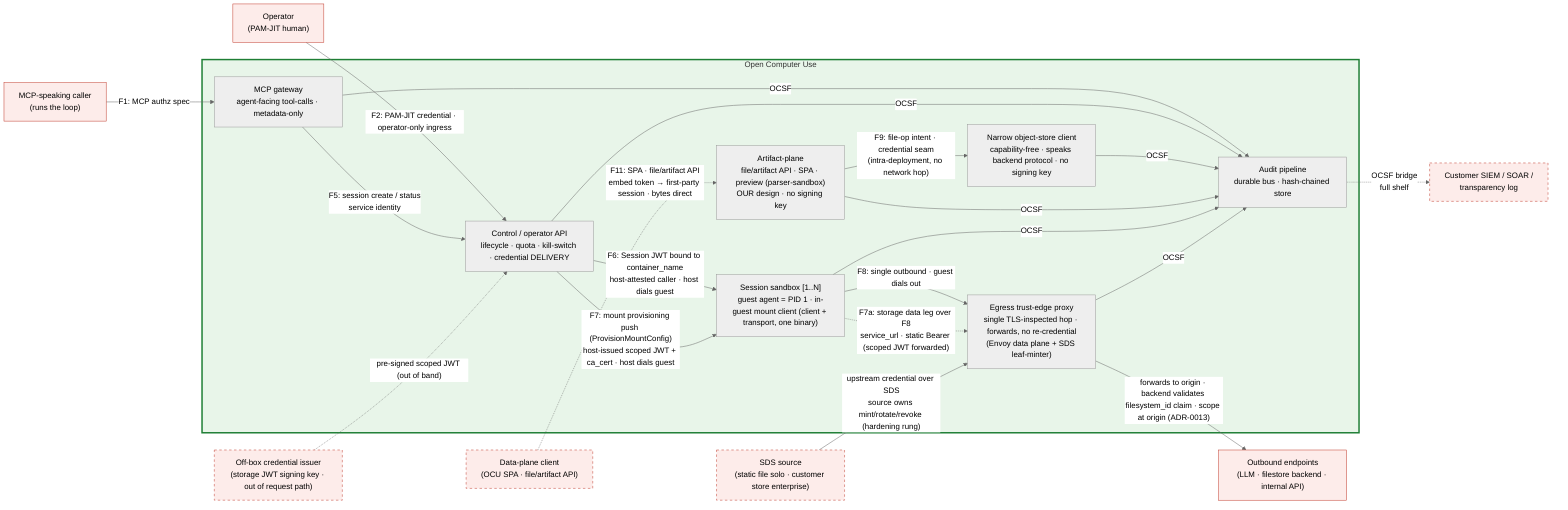
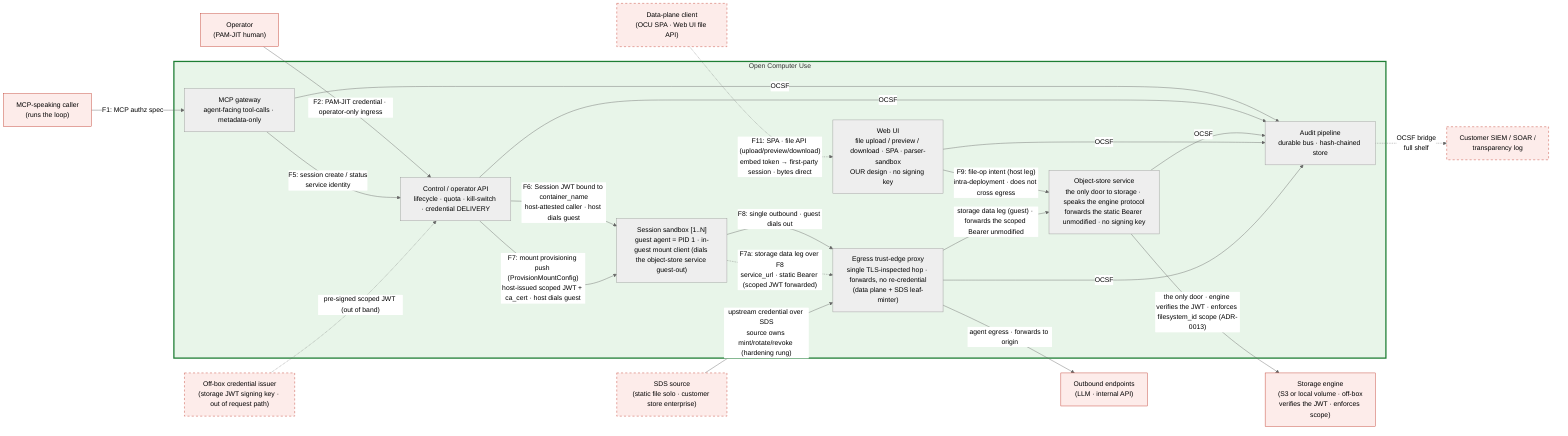
%% SPDX-License-Identifier: FSL-1.1-Apache-2.0
%% Copyright (c) 2025 Open Computer Use Contributors
%% Canonical Layer 6 (C4 Container) diagram. Referenced from docs/architecture/05-c4-container.md.
%% Role names only — no technology names (per CLAUDE.md Diagrams). Tech choice lands in component specs under components/.
%% Containers across the Layer-3 trust zones: the Control plane splits into an agent-facing MCP gateway
- %% and an operator/lifecycle API (the kill-switch lives only on the latter); the storage concern splits
- %% into a narrow object-store client and an artifact-plane (different counterparties, ADR-0015).
+ %% and an operator/lifecycle API (the kill-switch lives only on the latter); storage is one door — the
+ %% Object-store service — fronted by the Web UI (host leg) and the in-guest mount client (guest leg), ADR-0015.
%% The count is a then-true observation, not an invariant (05-c4-container.md §1). Substrate differs by shelf (§5).
%% Palette (project convention): red untrusted / green trusted. Amber/blue trust-zone shading is Layer 3 only.

%%{init: {"theme": "neutral"} }%%
flowchart LR

    %% ─── external (drawn for orientation; contracts in 03-c4-context.md §4) ───
    PEER["MCP-speaking caller<br/>(runs the loop)"]:::ext
    OPER["Operator<br/>(PAM-JIT human)"]:::ext
-     FILE["Data-plane client<br/>(OCU SPA · file/artifact API)"]:::extOpt
-     UPSTREAM["Outbound endpoints<br/>(LLM · filestore backend · internal API)"]:::ext
+     FILE["Data-plane client<br/>(OCU SPA · Web UI file API)"]:::extOpt
+     UPSTREAM["Outbound endpoints<br/>(LLM · internal API)"]:::ext
+     ENGINE["Storage engine<br/>(S3 or local volume · off-box<br/>verifies the JWT · enforces scope)"]:::ext
    SINK["Customer SIEM / SOAR /<br/>transparency log"]:::extOpt
    SDS["SDS source<br/>(static file solo · customer store enterprise)"]:::extOpt
    ISSUER["Off-box credential issuer<br/>(storage JWT signing key · out of request path)"]:::extOpt

    %% ─── containers inside the system under design ───
    subgraph OCU["Open Computer Use"]
        MCPG["MCP gateway<br/>agent-facing tool-calls · metadata-only"]
        CTRL["Control / operator API<br/>lifecycle · quota · kill-switch · credential DELIVERY"]
-         OSC["Narrow object-store client<br/>capability-free · speaks backend protocol · no signing key"]
-         AP["Artifact-plane<br/>file/artifact API · SPA · preview (parser-sandbox)<br/>OUR design · no signing key"]
-         VM["Session sandbox [1..N]<br/>guest agent = PID 1 · in-guest mount client (client + transport, one binary)"]
-         EDGE["Egress trust-edge proxy<br/>single TLS-inspected hop · forwards, no re-credential<br/>(Envoy data plane + SDS leaf-minter)"]
+         OSS["Object-store service<br/>the only door to storage · speaks the engine protocol<br/>forwards the static Bearer unmodified · no signing key"]
+         WEBUI["Web UI<br/>file upload / preview / download · SPA · parser-sandbox<br/>OUR design · no signing key"]
+         VM["Session sandbox [1..N]<br/>guest agent = PID 1 · in-guest mount client (dials the object-store service guest-out)"]
+         EDGE["Egress trust-edge proxy<br/>single TLS-inspected hop · forwards, no re-credential<br/>(data plane + SDS leaf-minter)"]
        AUD["Audit pipeline<br/>durable bus · hash-chained store"]
    end

-     %% ─── inbound (two distinct surfaces of the Control plane; the artifact-plane fronts E5) ───
+     %% ─── inbound (two distinct surfaces of the Control plane; the Web UI fronts E5) ───
    PEER -->|"F1: MCP authz spec"| MCPG
    OPER -->|"F2: PAM-JIT credential · operator-only ingress"| CTRL
    MCPG -->|"F5: session create / status<br/>service identity"| CTRL
-     FILE -.->|"F11: SPA · file/artifact API<br/>embed token → first-party session · bytes direct"| AP
+     FILE -.->|"F11: SPA · file API (upload/preview/download)<br/>embed token → first-party session · bytes direct"| WEBUI

    %% ─── control + provisioning reach the guest host-side (host dials, guest listens; NFR-SEC-43) ───
    CTRL -->|"F6: Session JWT bound to container_name<br/>host-attested caller · host dials guest"| VM
    CTRL -->|"F7: mount provisioning push (ProvisionMountConfig)<br/>host-issued scoped JWT + ca_cert · host dials guest"| VM
    ISSUER -.->|"pre-signed scoped JWT (out of band)"| CTRL

-     %% ─── ONE backend network leg: the in-guest mount client (= the object-store client + transport,
-     %%     one binary) dials out through the single egress hop. The artifact-plane reaches the backend
-     %%     by calling that same client behind the credential seam (F9), NOT a second egress leg. ───
+     %% ─── ONE door to storage: both legs reach the Object-store service, and only it speaks to the
+     %%     storage engine. Guest leg: in-guest mount client → egress → object-store service → engine.
+     %%     Host leg: Web UI → object-store service → engine (F9; does NOT cross the egress hop). ───
    VM -->|"F8: single outbound · guest dials out"| EDGE
    VM -.->|"F7a: storage data leg over F8<br/>service_url · static Bearer (scoped JWT forwarded)"| EDGE
    SDS -->|"upstream credential over SDS<br/>source owns mint/rotate/revoke (hardening rung)"| EDGE
-     AP -->|"F9: file-op intent · credential seam<br/>(intra-deployment, no network hop)"| OSC
-     EDGE -->|"forwards to origin · backend validates filesystem_id claim · scope at origin (ADR-0013)"| UPSTREAM
+     WEBUI -->|"F9: file-op intent (host leg)<br/>intra-deployment · does not cross egress"| OSS
+     EDGE -->|"agent egress · forwards to origin"| UPSTREAM
+     EDGE -->|"storage data leg (guest) · forwards the scoped Bearer unmodified"| OSS
+     OSS -->|"the only door · engine verifies the JWT · enforces filesystem_id scope (ADR-0013)"| ENGINE

-     %% ─── audit fan-in (every source container emits OCSF; the pipeline is the sink) ───
+     %% ─── audit fan-in (host-side containers only; the Session sandbox does NOT emit) ───
+     %% A compromised guest can neither reach nor silence the pipeline; host-side
+     %% containers author the guest's audit events.
    MCPG -->|OCSF| AUD
    CTRL -->|OCSF| AUD
-     OSC -->|OCSF| AUD
-     AP -->|OCSF| AUD
-     VM -->|OCSF| AUD
+     OSS -->|OCSF| AUD
+     WEBUI -->|OCSF| AUD
    EDGE -->|OCSF| AUD
    AUD -.->|"OCSF bridge<br/>full shelf"| SINK

    %% ─── styling (project palette) ───
    classDef ext fill:#fdecea,stroke:#c0392b,stroke-width:1px;
    classDef extOpt fill:#fdecea,stroke:#c0392b,stroke-dasharray: 5 5;
    style OCU fill:#e8f5e9,stroke:#1e7e34,stroke-width:3px;
